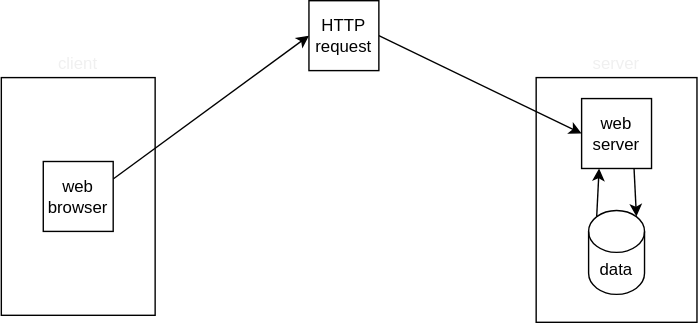
This is dhf-req.drawio.svg from mfl4/mfl4-http-pzn, a draw.io export, as it was before one commit. Source tidied: cells renumbered, new cells last; positions are measured from the earlier drawing's top-left corner, leaving out a move shared by most shapes.
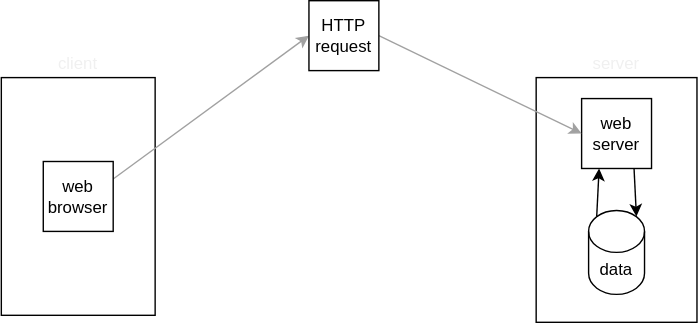
After the commit.

Diff of the diagram source:
```diff
@@ -23,7 +23,7 @@
     <mxCell id="8" style="rounded=0;whiteSpace=wrap;html=1;rotation=90;" parent="1" vertex="1">
       <mxGeometry y="85" width="170" height="110" as="geometry" />
     </mxCell>
-    <mxCell id="9" style="edgeStyle=none;html=1;exitX=1;exitY=0.25;exitDx=0;exitDy=0;entryX=0;entryY=0.5;entryDx=0;entryDy=0;" parent="1" edge="1" source="10" target="13">
+    <mxCell id="9" style="edgeStyle=none;html=1;exitX=1;exitY=0.25;exitDx=0;exitDy=0;entryX=0;entryY=0.5;entryDx=0;entryDy=0;strokeColor=#A1A1A1;" parent="1" edge="1" source="10" target="13">
       <mxGeometry relative="1" as="geometry" />
     </mxCell>
     <mxCell id="10" value="web browser" style="whiteSpace=wrap;html=1;" parent="1" vertex="1">
@@ -32,7 +32,7 @@
     <mxCell id="11" value="client" style="text;html=1;strokeColor=none;fillColor=none;align=center;verticalAlign=middle;whiteSpace=wrap;rounded=0;fontColor=#F0F0F0;" parent="1" vertex="1">
       <mxGeometry x="55" y="30" width="60" height="30" as="geometry" />
     </mxCell>
-    <mxCell id="12" style="edgeStyle=none;html=1;exitX=1;exitY=0.5;exitDx=0;exitDy=0;entryX=0;entryY=0.5;entryDx=0;entryDy=0;" parent="1" edge="1" source="13" target="5">
+    <mxCell id="12" style="edgeStyle=none;html=1;exitX=1;exitY=0.5;exitDx=0;exitDy=0;entryX=0;entryY=0.5;entryDx=0;entryDy=0;strokeColor=#A1A1A1;" parent="1" edge="1" source="13" target="5">
       <mxGeometry relative="1" as="geometry" />
     </mxCell>
     <mxCell id="13" value="HTTP request" style="whiteSpace=wrap;html=1;" parent="1" vertex="1">
```
